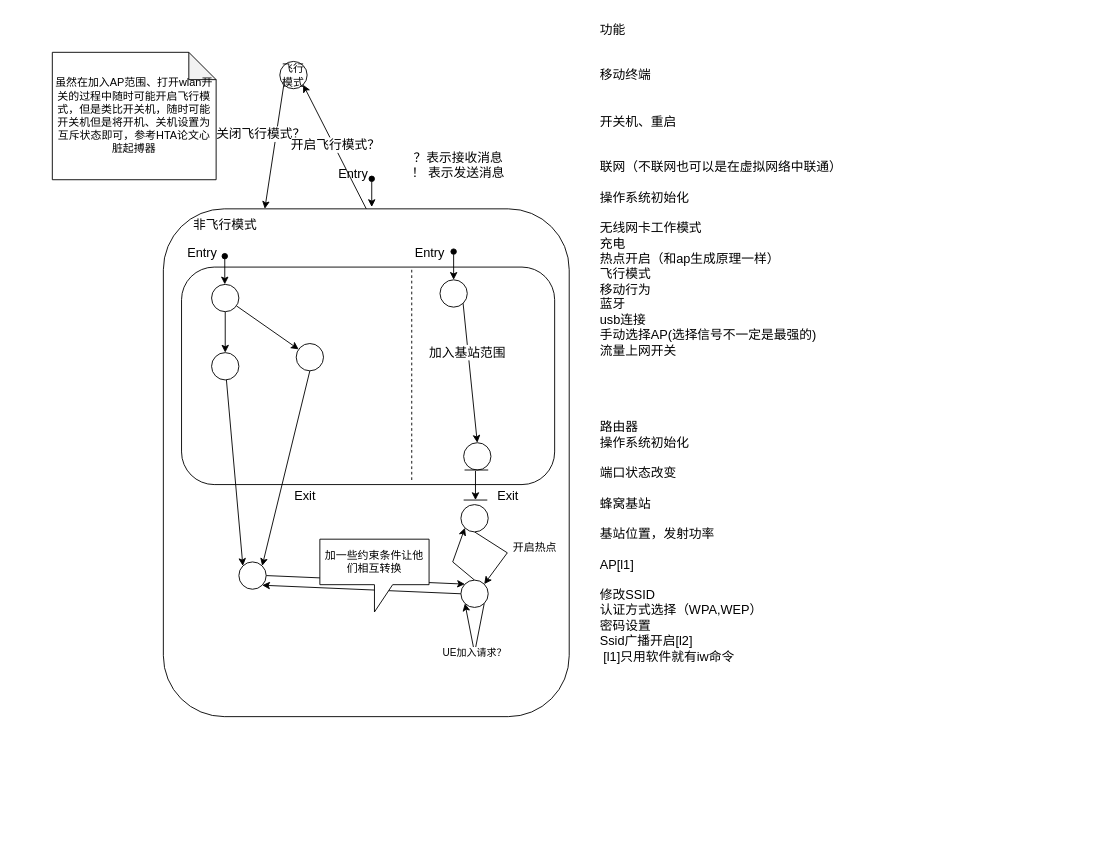
Earlier version of the draw.io diagram page "Page-3" (3 of 4) of 时间自动机.drawio (Icarus1994/neutron_conf). Source tidied: cells renumbered, new cells numbered last; positions are measured from the earlier drawing's top-left corner, leaving out a move shared by most shapes. Both pictures are drawn from the tidied source at 91%, with x=0, y=0 at pixel (52, 15).
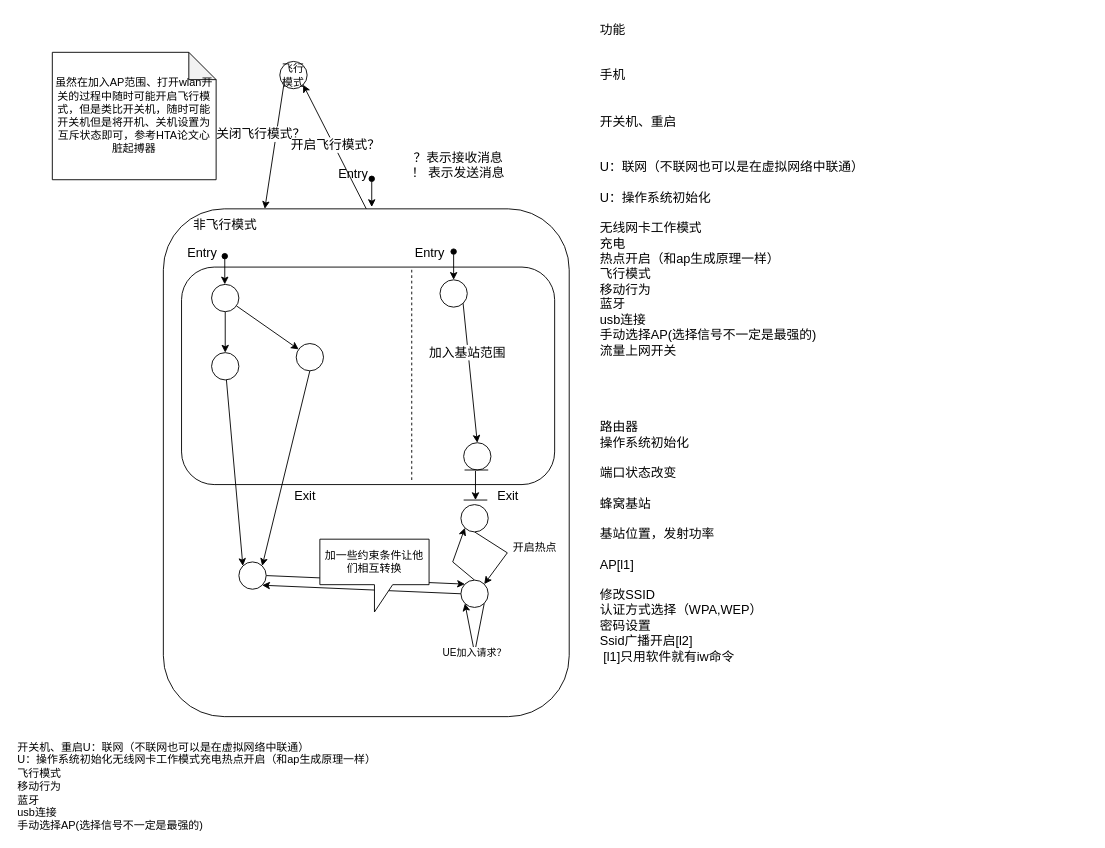
After the change.

Diff of the diagram source:
```diff
@@
-    <mxCell id="37" value="&lt;font style=&quot;font-size: 14px&quot;&gt;功能&lt;br&gt;&lt;br&gt;  &lt;br&gt;  移动终端&lt;br&gt;  &lt;br&gt;  &lt;br&gt;  开关机、重启&lt;br&gt;&lt;br&gt;  &lt;br&gt;  联网（不联网也可以是在虚拟网络中联通）&lt;br&gt;  &lt;br&gt;操作系统初始化&lt;br&gt;  &lt;br&gt;无线网卡工作模式&lt;br&gt;充电&lt;br&gt;热点开启（和ap生成原理一样）&lt;br&gt;飞行模式&lt;br&gt;移动行为&lt;br&gt;蓝牙&lt;br&gt;usb连接&lt;br&gt;手动选择AP(选择信号不一定是最强的)&lt;br&gt;流量上网开关&lt;br&gt;  &lt;br&gt; &lt;br&gt; &lt;br&gt;  &lt;br&gt;  路由器&lt;br&gt;  操作系统初始化&lt;br&gt;  &lt;br&gt;端口状态改变&lt;br&gt;  &lt;br&gt;蜂窝基站&lt;br&gt;  &lt;br&gt;基站位置，发射功率&lt;br&gt;  &lt;br&gt;AP[l1]&amp;nbsp;&lt;br&gt;  &lt;br&gt;  修改SSID&lt;br&gt;  认证方式选择（WPA,WEP）&lt;br&gt;密码设置&lt;br&gt;Ssid广播开启[l2]&amp;nbsp;&lt;br&gt;&amp;nbsp;[l1]只用软件就有iw命令&lt;br&gt;&lt;br&gt;&lt;/font&gt;" style="text;html=1;" parent="1" vertex="1">
+    <mxCell id="37" value="&lt;font style=&quot;font-size: 14px&quot;&gt;功能&lt;br&gt;&lt;br&gt;  &lt;br&gt;手机&lt;br&gt;  &lt;br&gt;  &lt;br&gt;  开关机、重启&lt;br&gt;&lt;br&gt;  &lt;br&gt;U：联网（不联网也可以是在虚拟网络中联通）&lt;br&gt;  &lt;br&gt;U：操作系统初始化&lt;br&gt;  &lt;br&gt;无线网卡工作模式&lt;br&gt;充电&lt;br&gt;热点开启（和ap生成原理一样）&lt;br&gt;飞行模式&lt;br&gt;移动行为&lt;br&gt;蓝牙&lt;br&gt;usb连接&lt;br&gt;手动选择AP(选择信号不一定是最强的)&lt;br&gt;流量上网开关&lt;br&gt;  &lt;br&gt; &lt;br&gt; &lt;br&gt;  &lt;br&gt;  路由器&lt;br&gt;  操作系统初始化&lt;br&gt;  &lt;br&gt;端口状态改变&lt;br&gt;  &lt;br&gt;蜂窝基站&lt;br&gt;  &lt;br&gt;基站位置，发射功率&lt;br&gt;  &lt;br&gt;AP[l1]&amp;nbsp;&lt;br&gt;  &lt;br&gt;  修改SSID&lt;br&gt;  认证方式选择（WPA,WEP）&lt;br&gt;密码设置&lt;br&gt;Ssid广播开启[l2]&amp;nbsp;&lt;br&gt;&amp;nbsp;[l1]只用软件就有iw命令&lt;br&gt;&lt;br&gt;&lt;/font&gt;" style="text;html=1;" parent="1" vertex="1">
       <mxGeometry x="600" width="250" height="700" as="geometry" />
     </mxCell>
@@
+    <mxCell id="49" value="开关机、重启U：联网（不联网也可以是在虚拟网络中联通）&lt;br&gt;U：操作系统初始化无线网卡工作模式充电热点开启（和ap生成原理一样）&lt;br&gt;飞行模式&lt;br&gt;移动行为&lt;br&gt;蓝牙&lt;br&gt;usb连接&lt;br&gt;手动选择AP(选择信号不一定是最强的)&lt;br&gt;" style="text;html=1;" parent="1" vertex="1">
+      <mxGeometry x="-40" y="790" width="1180" height="30" as="geometry" />
+    </mxCell>
```
